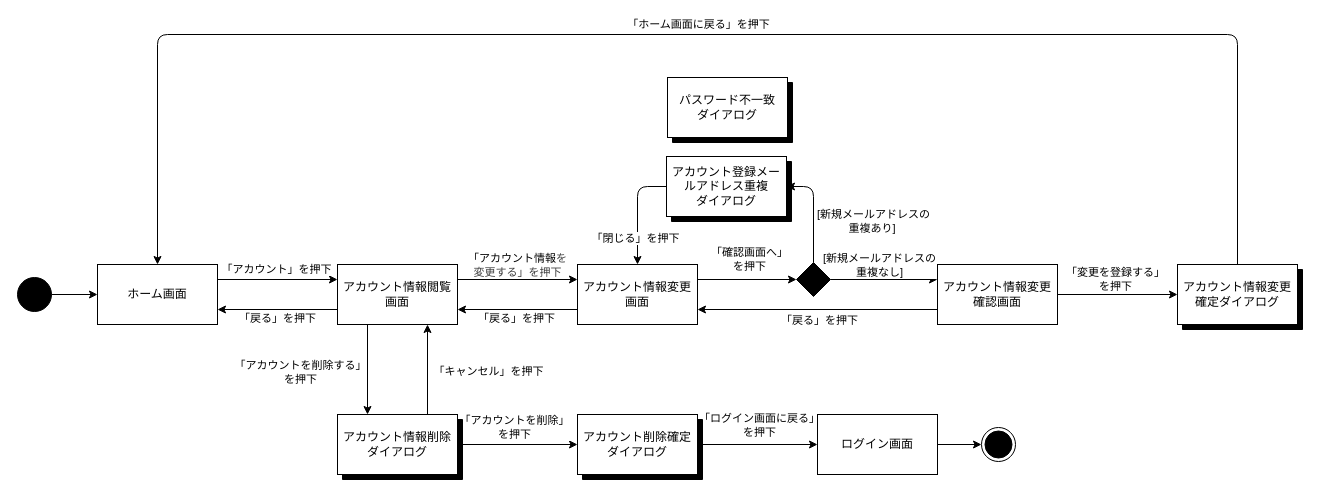
Earlier version of the draw.io diagram page "アカウント" (3 of 7) of desing/STD.dio (miyong00/ServerProgramming-2026). Source tidied: cells renumbered, new cells numbered last; positions are measured from the earlier drawing's top-left corner, leaving out a move shared by most shapes. Both pictures are drawn from the tidied source at 100%, with x=0, y=0 at pixel (17, 34).
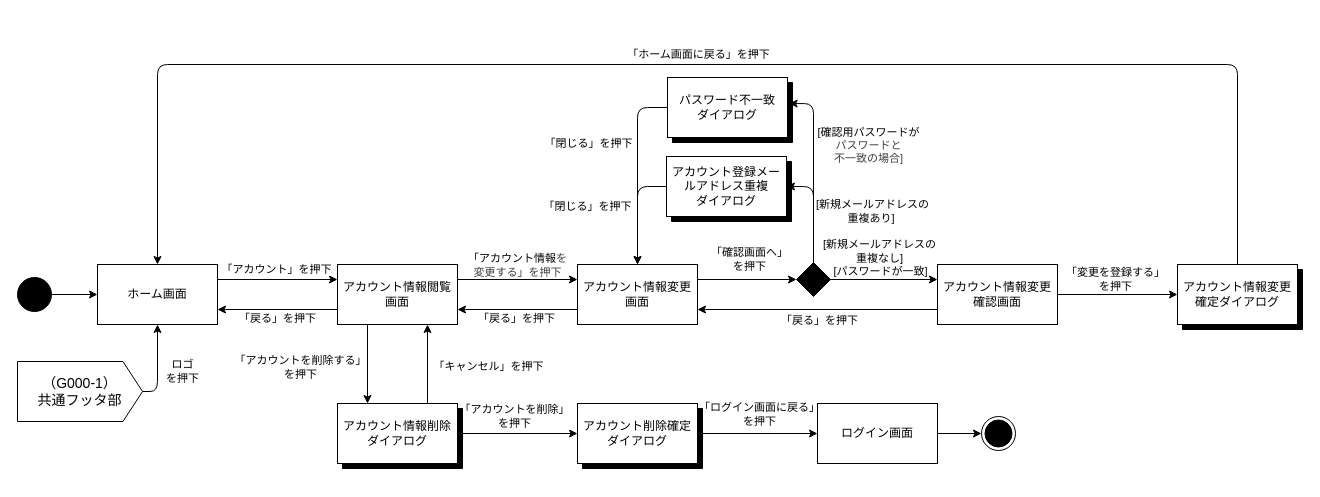
The same diagram, later.

Commit message (it also covers changes not shown here):
feat: 共通フッタ部

Unchanged cells that the change refers to:
```xml
<mxCell id="4" value="ホーム画面" style="rounded=0;whiteSpace=wrap;html=1;" parent="1" vertex="1">
  <mxGeometry x="80" y="230" width="120" height="60" as="geometry" />
</mxCell>
<mxCell id="18" value="アカウント情報変更画面" style="whiteSpace=wrap;html=1;" parent="1" vertex="1">
  <mxGeometry x="560" y="230" width="120" height="60" as="geometry" />
</mxCell>
<mxCell id="26" style="edgeStyle=none;html=1;exitX=1;exitY=0.5;exitDx=0;exitDy=0;entryX=0;entryY=0.25;entryDx=0;entryDy=0;" parent="1" edge="1" source="30" target="23">
  <mxGeometry relative="1" as="geometry" />
</mxCell>
<mxCell id="28" style="edgeStyle=orthogonalEdgeStyle;html=1;exitX=0.5;exitY=0;exitDx=0;exitDy=0;entryX=1;entryY=0.5;entryDx=0;entryDy=0;" parent="1" edge="1" source="30" target="35">
  <mxGeometry relative="1" as="geometry" />
</mxCell>
<mxCell id="30" style="rhombus;whiteSpace=wrap;html=1;shapeInside=1;fillColor=#000000;" parent="1" vertex="1">
  <mxGeometry x="779" y="228" width="34" height="34" as="geometry" />
</mxCell>
<mxCell id="31" style="edgeStyle=orthogonalEdgeStyle;html=1;exitX=0;exitY=0.5;exitDx=0;exitDy=0;entryX=0.5;entryY=0;entryDx=0;entryDy=0;" parent="1" edge="1" source="35" target="18">
  <mxGeometry relative="1" as="geometry" />
</mxCell>
<mxCell id="38" value="アカウント情報変更確定ダイアログ" style="rounded=0;whiteSpace=wrap;html=1;" parent="36" vertex="1">
  <mxGeometry width="120" height="60" as="geometry" />
</mxCell>
<mxCell id="57" style="verticalLabelPosition=bottom;verticalAlign=top;html=1;shape=mxgraph.basic.rect;fillColor2=none;strokeWidth=1;size=20;indent=5;fillColor=#000000;" parent="56" vertex="1">
  <mxGeometry x="5" y="5" width="120" height="60" as="geometry" />
</mxCell>
<mxCell id="58" value="パスワード不一致&lt;br&gt;&lt;div&gt;ダイアログ&lt;/div&gt;" style="rounded=0;whiteSpace=wrap;html=1;" parent="56" vertex="1">
  <mxGeometry width="120" height="60" as="geometry" />
</mxCell>
```

What changed in the source:
```diff
@@
     <mxCell id="24" style="edgeStyle=orthogonalEdgeStyle;html=1;exitX=0.5;exitY=0;exitDx=0;exitDy=0;entryX=0.5;entryY=0;entryDx=0;entryDy=0;" parent="1" edge="1" source="38" target="4">
       <mxGeometry relative="1" as="geometry">
         <Array as="points">
-          <mxPoint x="1220" />
-          <mxPoint x="140" />
+          <mxPoint x="1220" y="30" />
+          <mxPoint x="140" y="30" />
         </Array>
       </mxGeometry>
     </mxCell>
@@
     <mxCell id="27" value="[新規メールアドレスの&lt;div&gt;重複なし]&lt;/div&gt;" style="edgeLabel;html=1;align=center;verticalAlign=middle;" parent="26" vertex="1">
       <mxGeometry x="0.42" y="1" relative="1" as="geometry">
-        <mxPoint x="-28" y="-14" as="offset" />
+        <mxPoint x="-28" y="-28" as="offset" />
       </mxGeometry>
     </mxCell>
+    <mxCell id="59" value="[パスワードが一致]" style="edgeLabel;html=1;align=center;verticalAlign=middle;" parent="26" vertex="1">
+      <mxGeometry x="-0.03" y="1" relative="1" as="geometry">
+        <mxPoint x="-3" y="-8" as="offset" />
+      </mxGeometry>
+    </mxCell>
@@
     <mxCell id="29" value="[新規メールアドレスの&lt;div&gt;重複あり]&amp;nbsp;&lt;/div&gt;" style="edgeLabel;html=1;align=center;verticalAlign=middle;" parent="28" vertex="1">
       <mxGeometry x="-0.19" y="-1" relative="1" as="geometry">
-        <mxPoint x="58" as="offset" />
+        <mxPoint x="57" y="-10" as="offset" />
       </mxGeometry>
     </mxCell>
@@
     <mxCell id="32" value="「閉じる」を押下" style="edgeLabel;html=1;align=center;verticalAlign=middle;" parent="31" vertex="1">
       <mxGeometry x="-0.05" y="-3" relative="1" as="geometry">
-        <mxPoint y="29" as="offset" />
+        <mxPoint x="-48" y="-3" as="offset" />
       </mxGeometry>
     </mxCell>
@@
     <mxCell id="46" value="ログイン画面" style="rounded=0;whiteSpace=wrap;html=1;" parent="1" vertex="1">
-      <mxGeometry x="800" y="380" width="120" height="60" as="geometry" />
+      <mxGeometry x="800" y="369" width="120" height="60" as="geometry" />
     </mxCell>
     <mxCell id="47" style="group;" parent="1" vertex="1">
-      <mxGeometry x="964" y="393" width="34" height="34" as="geometry" />
+      <mxGeometry x="964" y="382" width="34" height="34" as="geometry" />
     </mxCell>
@@
     <mxCell id="50" style="group;" parent="1" vertex="1">
-      <mxGeometry x="320" y="380" width="125" height="65" as="geometry" />
+      <mxGeometry x="320" y="369" width="125" height="65" as="geometry" />
     </mxCell>
@@
     <mxCell id="53" style="group;" parent="1" vertex="1">
-      <mxGeometry x="560" y="380" width="125" height="65" as="geometry" />
+      <mxGeometry x="560" y="369" width="125" height="65" as="geometry" />
     </mxCell>
@@
+    <mxCell id="60" style="edgeStyle=orthogonalEdgeStyle;html=1;exitX=0.5;exitY=0;exitDx=0;exitDy=0;entryX=0.972;entryY=0.351;entryDx=0;entryDy=0;entryPerimeter=0;" parent="1" edge="1" source="30" target="57">
+      <mxGeometry relative="1" as="geometry">
+        <Array as="points">
+          <mxPoint x="796" y="69.1" />
+        </Array>
+      </mxGeometry>
+    </mxCell>
+    <mxCell id="61" value="&lt;span style=&quot;color: rgb(0, 0, 0);&quot;&gt;[確認用パスワードが&lt;/span&gt;&lt;div style=&quot;color: rgb(63, 63, 63); scrollbar-color: rgba(100, 100, 100, 0.4) rgb(255, 255, 255);&quot;&gt;パスワードと&lt;/div&gt;&lt;div style=&quot;color: rgb(63, 63, 63); scrollbar-color: rgba(100, 100, 100, 0.4) rgb(255, 255, 255);&quot;&gt;不一致の場合]&lt;/div&gt;" style="edgeLabel;html=1;align=center;verticalAlign=middle;" parent="60" vertex="1">
+      <mxGeometry x="0.36" y="4" relative="1" as="geometry">
+        <mxPoint x="58" y="7" as="offset" />
+      </mxGeometry>
+    </mxCell>
+    <mxCell id="62" style="edgeStyle=orthogonalEdgeStyle;html=1;exitX=0;exitY=0.5;exitDx=0;exitDy=0;entryX=0.5;entryY=0;entryDx=0;entryDy=0;" parent="1" edge="1" source="58" target="18">
+      <mxGeometry relative="1" as="geometry" />
+    </mxCell>
+    <mxCell id="63" value="「閉じる」を押下" style="edgeLabel;html=1;align=center;verticalAlign=middle;" parent="62" vertex="1">
+      <mxGeometry x="-0.31" y="-1" relative="1" as="geometry">
+        <mxPoint x="-49" as="offset" />
+      </mxGeometry>
+    </mxCell>
+    <mxCell id="64" style="edgeStyle=orthogonalEdgeStyle;html=1;exitX=0.5;exitY=1;exitDx=0;exitDy=0;entryX=0.5;entryY=1;entryDx=0;entryDy=0;" parent="1" edge="1" source="66" target="4">
+      <mxGeometry relative="1" as="geometry" />
+    </mxCell>
+    <mxCell id="65" value="ロゴ&lt;br&gt;&lt;div&gt;を押下&lt;/div&gt;" style="edgeLabel;html=1;align=center;verticalAlign=middle;" parent="64" vertex="1">
+      <mxGeometry x="-0.01" relative="1" as="geometry">
+        <mxPoint x="24" y="5" as="offset" />
+      </mxGeometry>
+    </mxCell>
+    <mxCell id="66" value="&lt;div&gt;&lt;font style=&quot;font-size: 14px;&quot;&gt;（G000-1）&lt;/font&gt;&lt;/div&gt;&lt;font style=&quot;font-size: 14px;&quot;&gt;共通フッタ部&lt;/font&gt;" style="shape=offPageConnector;whiteSpace=wrap;html=1;direction=north;size=0.15625;" parent="1" vertex="1">
+      <mxGeometry y="327" width="125" height="60" as="geometry" />
+    </mxCell>
```
